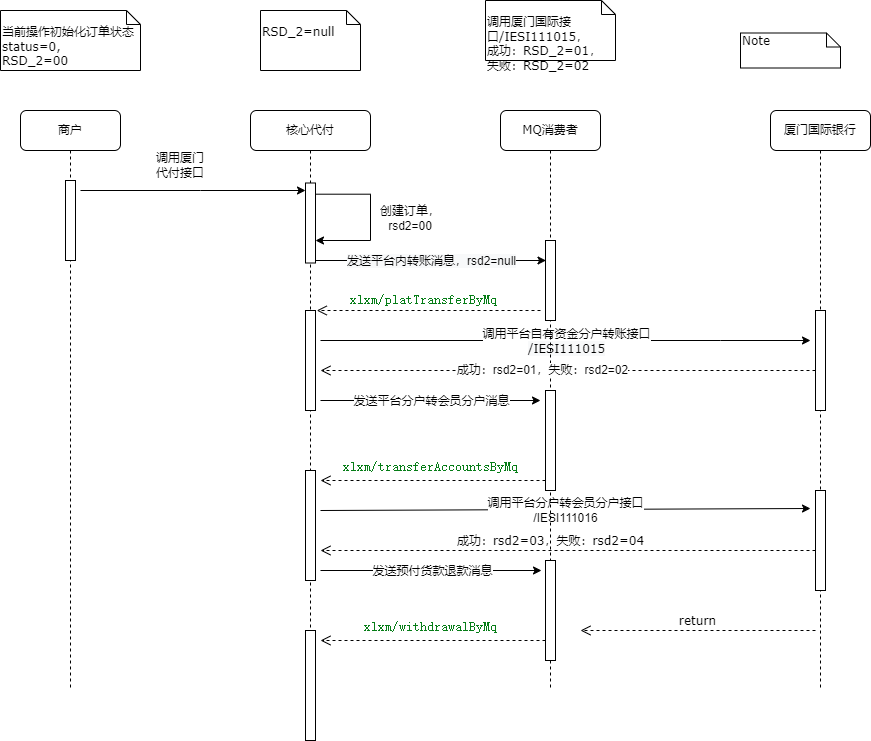
songyibo2019/mydiagrams keeps this draw.io diagram as 厦门银行订单状态RSD_2.png. Above is the earlier version. Source tidied: cells renumbered, new cells last; positions are measured from the earlier drawing's top-left corner, leaving out a move shared by most shapes.
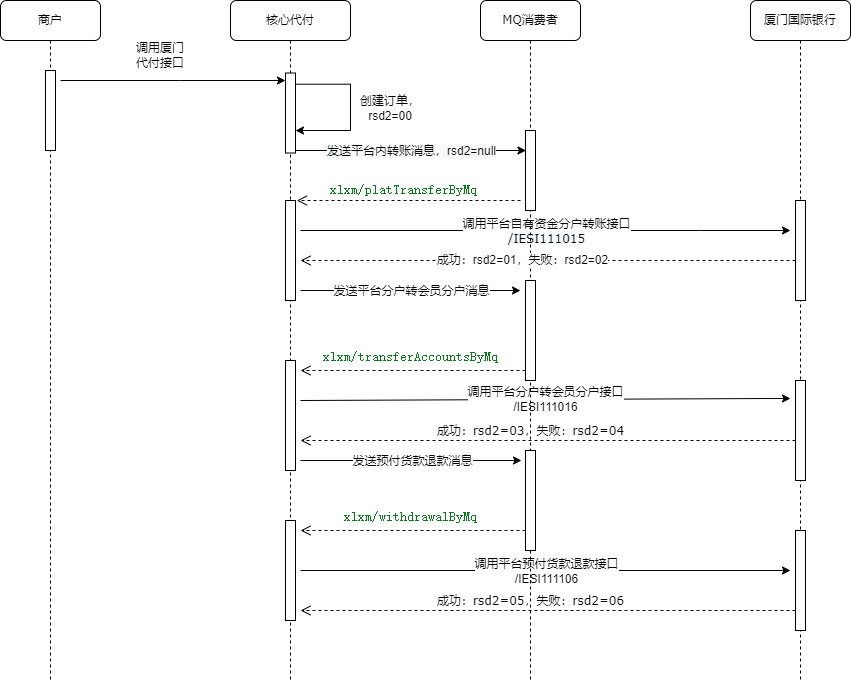
After the change.

Commit message:
Update 厦门银行订单状态RSD_2.png

Diff of the diagram source:
```diff
@@ -3,7 +3,7 @@
     <mxCell id="0" />
     <mxCell id="1" parent="0" />
     <mxCell id="2" value="核心代付" style="shape=umlLifeline;perimeter=lifelinePerimeter;whiteSpace=wrap;html=1;rounded=1;shadow=0;comic=0;labelBackgroundColor=none;strokeWidth=1;fontFamily=Verdana;fontSize=12;align=center;" parent="1" vertex="1">
-      <mxGeometry x="250" y="110" width="120" height="630" as="geometry" />
+      <mxGeometry x="250" y="110" width="120" height="680" as="geometry" />
     </mxCell>
     <mxCell id="3" style="html=1;points=[];perimeter=orthogonalPerimeter;rounded=0;shadow=0;comic=0;labelBackgroundColor=none;strokeWidth=1;fontFamily=Verdana;fontSize=12;align=center;" parent="2" vertex="1">
       <mxGeometry x="55" y="72.5" width="10" height="80" as="geometry" />
@@ -57,6 +57,9 @@
     <mxCell id="11" value="d" style="endArrow=classic;html=1;rounded=0;entryX=-0.5;entryY=0.18;entryDx=0;entryDy=0;entryPerimeter=0;" parent="2" edge="1" target="24">
       <mxGeometry relative="1" as="geometry">
         <mxPoint x="70" y="400" as="sourcePoint" />
+        <Array as="points">
+          <mxPoint x="540" y="398" />
+        </Array>
       </mxGeometry>
     </mxCell>
     <mxCell id="12" value="调用平台分户转会员分户接口&lt;br&gt;&lt;span style=&quot;font-size: 11px&quot;&gt;/IESI111016&lt;/span&gt;" style="edgeLabel;html=1;align=center;verticalAlign=middle;" parent="11" vertex="1">
@@ -71,10 +74,19 @@
       <mxGeometry relative="1" as="geometry" />
     </mxCell>
     <mxCell id="15" style="html=1;perimeter=orthogonalPerimeter;rounded=0;shadow=0;comic=0;labelBackgroundColor=none;strokeWidth=1;fontFamily=Verdana;fontSize=12;align=center;" parent="2" vertex="1">
-      <mxGeometry x="55" y="520" width="10" height="110" as="geometry" />
+      <mxGeometry x="55" y="520" width="10" height="100" as="geometry" />
     </mxCell>
+    <mxCell id="41" style="endArrow=classic;html=1;rounded=0;" parent="2" edge="1">
+      <mxGeometry relative="1" as="geometry">
+        <mxPoint x="70" y="570" as="sourcePoint" />
+        <mxPoint x="560" y="570" as="targetPoint" />
+      </mxGeometry>
+    </mxCell>
+    <mxCell id="42" value="调用平台预付货款退款接口&lt;br&gt;&lt;span style=&quot;font-size: 11px&quot;&gt;/IESI111106&lt;/span&gt;" style="edgeLabel;html=1;align=center;verticalAlign=middle;" parent="41" vertex="1">
+      <mxGeometry relative="1" as="geometry" />
+    </mxCell>
     <mxCell id="16" value="MQ消费者" style="shape=umlLifeline;perimeter=lifelinePerimeter;whiteSpace=wrap;html=1;rounded=1;shadow=0;comic=0;labelBackgroundColor=none;strokeWidth=1;fontFamily=Verdana;fontSize=12;align=center;" parent="1" vertex="1">
-      <mxGeometry x="500" y="110" width="100" height="580" as="geometry" />
+      <mxGeometry x="500" y="110" width="100" height="680" as="geometry" />
     </mxCell>
     <mxCell id="17" style="html=1;perimeter=orthogonalPerimeter;rounded=0;shadow=0;comic=0;labelBackgroundColor=none;strokeWidth=1;fontFamily=Verdana;fontSize=12;align=center;" parent="16" vertex="1">
       <mxGeometry x="45" y="130" width="10" height="80" as="geometry" />
@@ -98,7 +110,7 @@
       <mxGeometry x="45" y="450" width="10" height="100" as="geometry" />
     </mxCell>
     <mxCell id="22" value="厦门国际银行" style="shape=umlLifeline;perimeter=lifelinePerimeter;whiteSpace=wrap;html=1;rounded=1;shadow=0;comic=0;labelBackgroundColor=none;strokeWidth=1;fontFamily=Verdana;fontSize=12;align=center;" parent="1" vertex="1">
-      <mxGeometry x="770" y="110" width="100" height="580" as="geometry" />
+      <mxGeometry x="770" y="110" width="100" height="680" as="geometry" />
     </mxCell>
     <mxCell id="23" style="html=1;perimeter=orthogonalPerimeter;rounded=0;shadow=0;comic=0;labelBackgroundColor=none;strokeWidth=1;fontFamily=Verdana;fontSize=12;align=center;" parent="22" vertex="1">
       <mxGeometry x="45" y="200" width="10" height="100" as="geometry" />
@@ -106,30 +118,21 @@
     <mxCell id="24" style="html=1;points=[];perimeter=orthogonalPerimeter;rounded=0;shadow=0;comic=0;labelBackgroundColor=none;strokeWidth=1;fontFamily=Verdana;fontSize=12;align=center;" parent="22" vertex="1">
       <mxGeometry x="45" y="380" width="10" height="100" as="geometry" />
     </mxCell>
+    <mxCell id="43" style="html=1;perimeter=orthogonalPerimeter;rounded=0;shadow=0;comic=0;labelBackgroundColor=none;strokeWidth=1;fontFamily=Verdana;fontSize=12;align=center;" parent="22" vertex="1">
+      <mxGeometry x="45" y="530" width="10" height="100" as="geometry" />
+    </mxCell>
     <mxCell id="25" value="商户" style="shape=umlLifeline;perimeter=lifelinePerimeter;whiteSpace=wrap;html=1;rounded=1;shadow=0;comic=0;labelBackgroundColor=none;strokeWidth=1;fontFamily=Verdana;fontSize=12;align=center;" parent="1" vertex="1">
-      <mxGeometry x="20" y="110" width="100" height="580" as="geometry" />
+      <mxGeometry x="20" y="110" width="100" height="680" as="geometry" />
     </mxCell>
     <mxCell id="26" style="html=1;perimeter=orthogonalPerimeter;rounded=0;shadow=0;comic=0;labelBackgroundColor=none;strokeWidth=1;fontFamily=Verdana;fontSize=12;align=center;" parent="25" vertex="1">
       <mxGeometry x="45" y="70" width="10" height="80" as="geometry" />
     </mxCell>
-    <mxCell id="27" value="return" style="html=1;verticalAlign=bottom;endArrow=open;dashed=1;endSize=8;exitX=0;exitY=0.95;labelBackgroundColor=none;fontFamily=Verdana;fontSize=12;" parent="1" edge="1">
-      <mxGeometry relative="1" as="geometry">
-        <mxPoint x="815" y="630" as="sourcePoint" />
-        <mxPoint x="580" y="630" as="targetPoint" />
+    <mxCell id="27" value="成功：rsd2=05，失败：rsd2=06" style="html=1;verticalAlign=bottom;endArrow=open;dashed=1;endSize=8;exitX=0;exitY=0.95;labelBackgroundColor=none;fontFamily=Verdana;fontSize=12;" parent="1" edge="1">
+      <mxGeometry x="0.07" relative="1" as="geometry">
+        <mxPoint x="815" y="720" as="sourcePoint" />
+        <mxPoint x="320" y="720" as="targetPoint" />
       </mxGeometry>
     </mxCell>
-    <mxCell id="28" value="&lt;br&gt;当前操作初始化订单状态status=0, &lt;br&gt;RSD_2=00" style="shape=note;whiteSpace=wrap;html=1;size=14;verticalAlign=top;align=left;spacingTop=-6;rounded=0;shadow=0;comic=0;labelBackgroundColor=none;strokeWidth=1;fontFamily=Verdana;fontSize=12;" parent="1" vertex="1">
-      <mxGeometry y="10" width="140" height="60" as="geometry" />
-    </mxCell>
-    <mxCell id="29" value="&lt;br&gt;RSD_2=null" style="shape=note;whiteSpace=wrap;html=1;size=14;verticalAlign=top;align=left;spacingTop=-6;rounded=0;shadow=0;comic=0;labelBackgroundColor=none;strokeWidth=1;fontFamily=Verdana;fontSize=12;" parent="1" vertex="1">
-      <mxGeometry x="260" y="10" width="100" height="60" as="geometry" />
-    </mxCell>
-    <mxCell id="30" value="&lt;font style=&quot;font-size: 10px&quot;&gt;&lt;br&gt;调用厦门国际接口/IESI111015，&lt;br&gt;成功：RSD_2=01，&lt;br&gt;失败：RSD_2=02&lt;/font&gt;" style="shape=note;whiteSpace=wrap;html=1;size=14;verticalAlign=top;align=left;spacingTop=-6;rounded=0;shadow=0;comic=0;labelBackgroundColor=none;strokeWidth=1;fontFamily=Verdana;fontSize=12;" parent="1" vertex="1">
-      <mxGeometry x="485" width="130" height="60" as="geometry" />
-    </mxCell>
-    <mxCell id="31" value="Note" style="shape=note;whiteSpace=wrap;html=1;size=14;verticalAlign=top;align=left;spacingTop=-6;rounded=0;shadow=0;comic=0;labelBackgroundColor=none;strokeWidth=1;fontFamily=Verdana;fontSize=12;" parent="1" vertex="1">
-      <mxGeometry x="740" y="32.5" width="100" height="35" as="geometry" />
-    </mxCell>
     <mxCell id="32" value="调用厦门代付接口" style="text;html=1;strokeColor=none;fillColor=none;align=center;verticalAlign=middle;whiteSpace=wrap;rounded=0;" parent="1" vertex="1">
       <mxGeometry x="150" y="150" width="60" height="30" as="geometry" />
     </mxCell>
```
